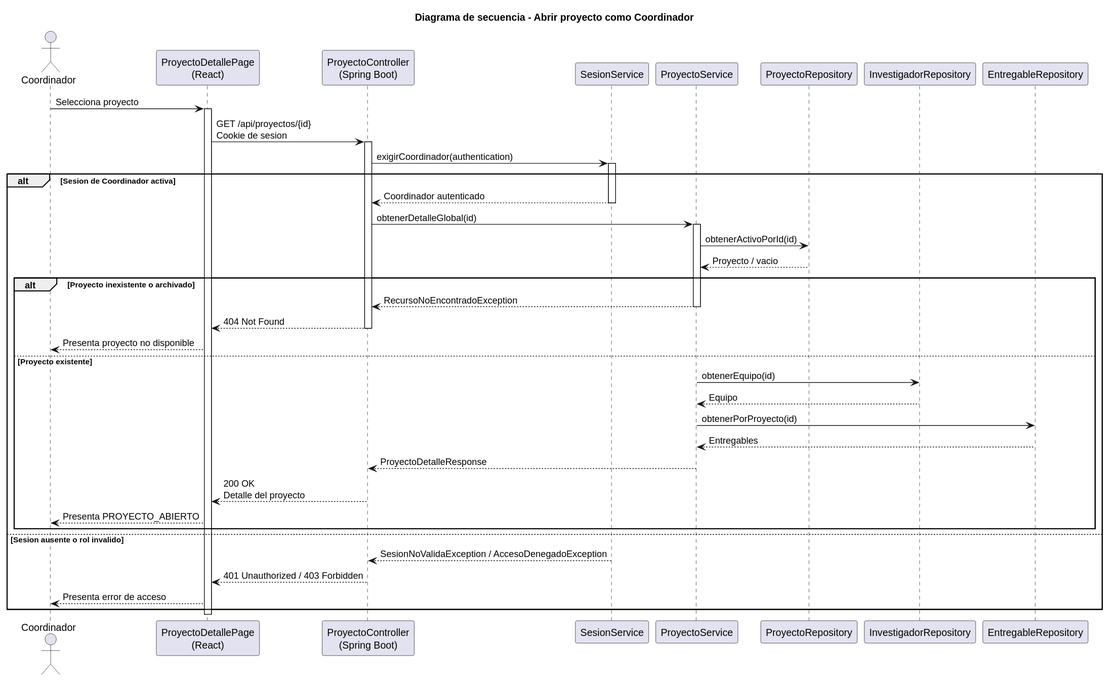
This is images/RUP/02-diseño/casos-uso/coordinador/abrirProyecto/secuencia.svg from beatriizorozco/25-26-idsw2-sdVC, a PlantUML export, as it was before one commit. The source it was exported from:
```plantuml
@startuml
title Diagrama de secuencia - Abrir proyecto como Coordinador

actor Coordinador
participant "ProyectoDetallePage\n(React)" as Frontend
participant "ProyectoController\n(Spring Boot)" as Api
participant "SesionService" as Sesion
participant "ProyectoService" as Service
participant "ProyectoRepository" as Repo
participant "InvestigadorRepository" as InvestigadorRepo
participant "EntregableRepository" as EntregableRepo

Coordinador -> Frontend: Selecciona proyecto
activate Frontend
Frontend -> Api: GET /api/proyectos/{id}\nCookie de sesion
activate Api
Api -> Sesion: exigirCoordinador(authentication)
activate Sesion
alt Sesion de Coordinador activa
    Sesion --> Api: Coordinador autenticado
    deactivate Sesion
    Api -> Service: obtenerDetalleGlobal(id)
    activate Service
    Service -> Repo: obtenerActivoPorId(id)
    Repo --> Service: Proyecto / vacio
    alt Proyecto inexistente o archivado
        Service --> Api: RecursoNoEncontradoException
        deactivate Service
        Api --> Frontend: 404 Not Found
        deactivate Api
        Frontend --> Coordinador: Presenta proyecto no disponible
    else Proyecto existente
        Service -> InvestigadorRepo: obtenerEquipo(id)
        InvestigadorRepo --> Service: Equipo
        Service -> EntregableRepo: obtenerPorProyecto(id)
        EntregableRepo --> Service: Entregables
        Service --> Api: ProyectoDetalleResponse
        deactivate Service
        Api --> Frontend: 200 OK\nDetalle del proyecto
        deactivate Api
        Frontend --> Coordinador: Presenta PROYECTO_ABIERTO
    end
else Sesion ausente o rol invalido
    Sesion --> Api: SesionNoValidaException / AccesoDenegadoException
    deactivate Sesion
    Api --> Frontend: 401 Unauthorized / 403 Forbidden
    deactivate Api
    Frontend --> Coordinador: Presenta error de acceso
end
deactivate Frontend
@enduml
```
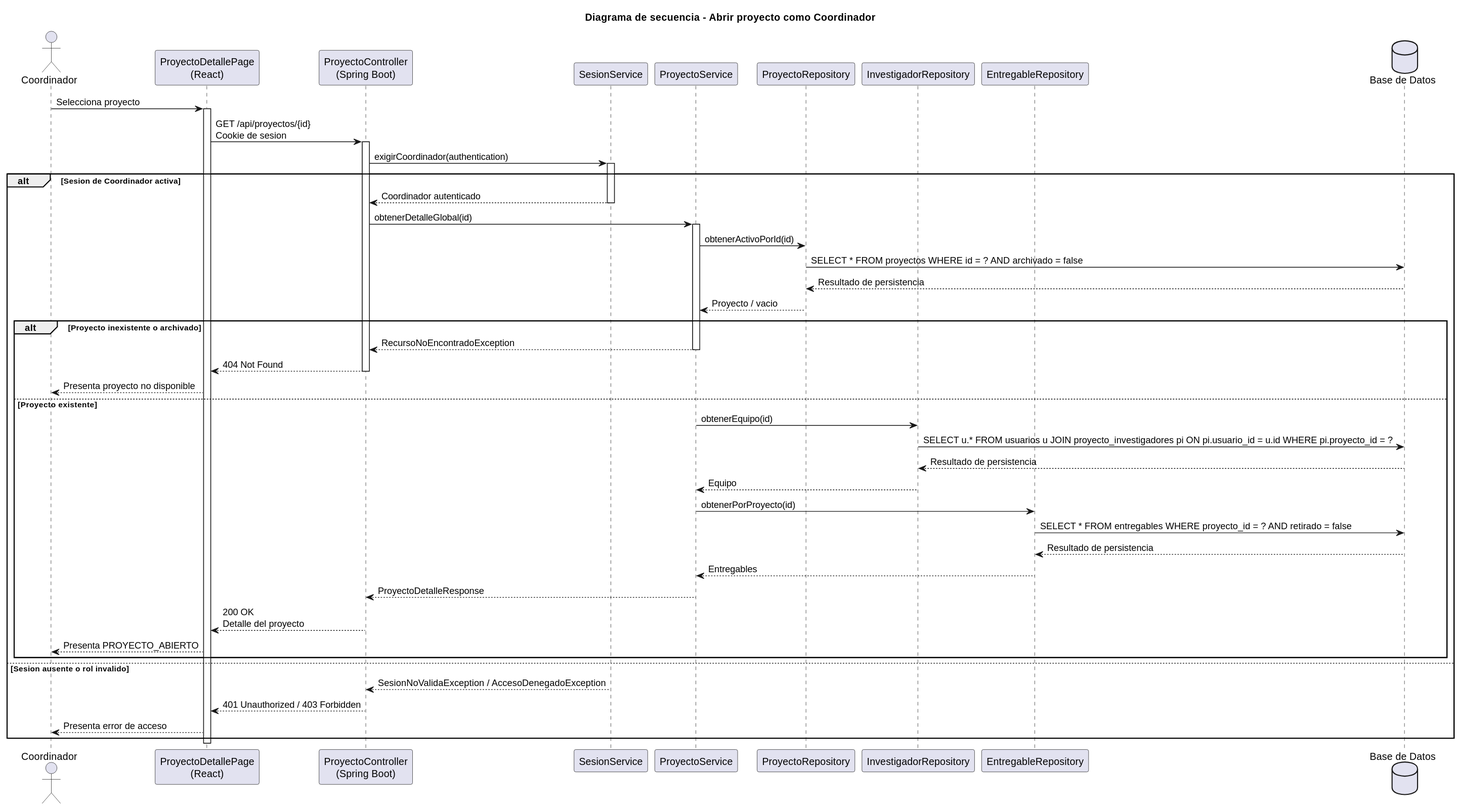
After the commit.

What changed in the source:
```diff
@@ -9,6 +9,7 @@
 participant "ProyectoRepository" as Repo
 participant "InvestigadorRepository" as InvestigadorRepo
 participant "EntregableRepository" as EntregableRepo
+database "Base de Datos" as DB
 
 Coordinador -> Frontend: Selecciona proyecto
 activate Frontend
@@ -22,6 +23,8 @@
     Api -> Service: obtenerDetalleGlobal(id)
     activate Service
     Service -> Repo: obtenerActivoPorId(id)
+    Repo -> DB: SELECT * FROM proyectos WHERE id = ? AND archivado = false
+    DB --> Repo: Resultado de persistencia
     Repo --> Service: Proyecto / vacio
     alt Proyecto inexistente o archivado
         Service --> Api: RecursoNoEncontradoException
@@ -31,8 +34,12 @@
         Frontend --> Coordinador: Presenta proyecto no disponible
     else Proyecto existente
         Service -> InvestigadorRepo: obtenerEquipo(id)
+        InvestigadorRepo -> DB: SELECT u.* FROM usuarios u JOIN proyecto_investigadores pi ON pi.usuario_id = u.id WHERE pi.proyecto_id = ?
+        DB --> InvestigadorRepo: Resultado de persistencia
         InvestigadorRepo --> Service: Equipo
         Service -> EntregableRepo: obtenerPorProyecto(id)
+        EntregableRepo -> DB: SELECT * FROM entregables WHERE proyecto_id = ? AND retirado = false
+        DB --> EntregableRepo: Resultado de persistencia
         EntregableRepo --> Service: Entregables
         Service --> Api: ProyectoDetalleResponse
         deactivate Service
```
